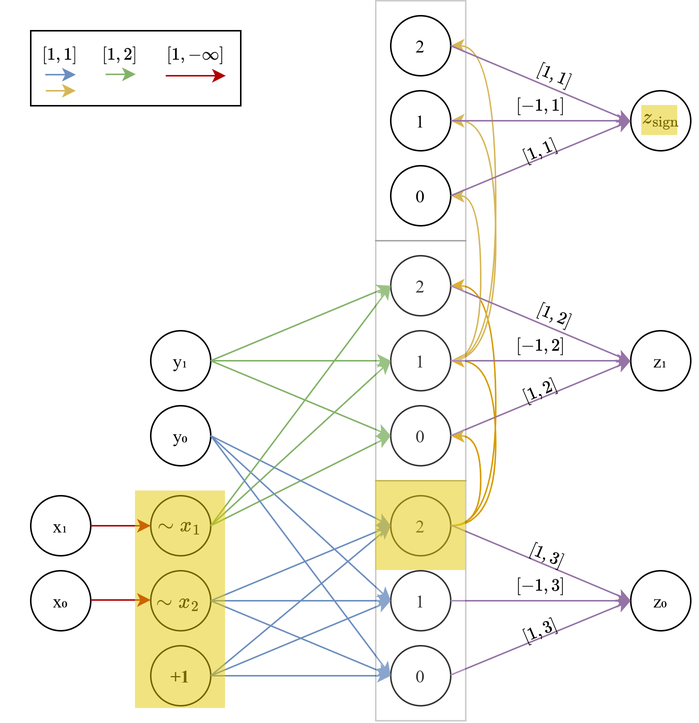
Earlier version of the draw.io export tutorials/img/twos_complement_subtraction_images/subtraction_diagram.png (ORNL/superneuromat). Source tidied: cells renumbered, new cells last; positions are measured from the earlier drawing's top-left corner, leaving out a move shared by most shapes.
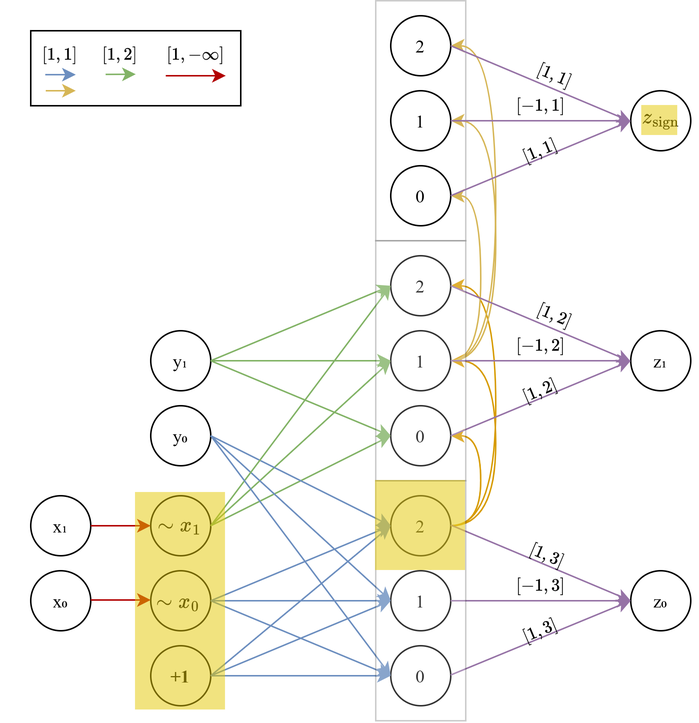
Later version of the same file.

What changed in the source:
```diff
@@ -286,7 +286,7 @@
     <mxCell id="68" value="$$\sim x_1$$" style="text;html=1;whiteSpace=wrap;strokeColor=none;fillColor=none;align=center;verticalAlign=middle;rounded=0;fontStyle=0;" parent="1" vertex="1">
       <mxGeometry x="90" y="325" width="60" height="50" as="geometry" />
     </mxCell>
-    <mxCell id="69" value="&lt;span style=&quot;color: rgb(0, 0, 0); font-family: Helvetica; font-size: 12px; font-style: normal; font-variant-ligatures: normal; font-variant-caps: normal; letter-spacing: normal; orphans: 2; text-align: center; text-indent: 0px; text-transform: none; widows: 2; word-spacing: 0px; -webkit-text-stroke-width: 0px; white-space: normal; background-color: rgb(236, 236, 236); text-decoration-thickness: initial; text-decoration-style: initial; text-decoration-color: initial; float: none; display: inline !important;&quot;&gt;&lt;b&gt;$$\sim x_2$$&lt;/b&gt;&lt;/span&gt;" style="text;whiteSpace=wrap;html=1;fontStyle=0;" parent="1" vertex="1">
+    <mxCell id="69" value="&lt;span style=&quot;color: rgb(0, 0, 0); font-family: Helvetica; font-size: 12px; font-style: normal; font-variant-ligatures: normal; font-variant-caps: normal; letter-spacing: normal; orphans: 2; text-align: center; text-indent: 0px; text-transform: none; widows: 2; word-spacing: 0px; -webkit-text-stroke-width: 0px; white-space: normal; background-color: rgb(236, 236, 236); text-decoration-thickness: initial; text-decoration-style: initial; text-decoration-color: initial; float: none; display: inline !important;&quot;&gt;&lt;b&gt;$$\sim x_0$$&lt;/b&gt;&lt;/span&gt;" style="text;whiteSpace=wrap;html=1;fontStyle=0;" parent="1" vertex="1">
       <mxGeometry x="100" y="375" width="50" height="60" as="geometry" />
     </mxCell>
     <mxCell id="70" value="x₀" style="ellipse;whiteSpace=wrap;html=1;shapeInside=1;fontFamily=Times New Roman;" parent="1" vertex="1">
@@ -321,8 +321,8 @@
     <mxCell id="77" style="rounded=0;whiteSpace=wrap;html=1;opacity=50;opacityGroup=1;fillColor=#e3c800;strokeColor=none;fontColor=#000000;" parent="1" vertex="1">
       <mxGeometry x="250" y="320" width="60" height="60" as="geometry" />
     </mxCell>
-    <mxCell id="78" style="rounded=0;whiteSpace=wrap;html=1;opacity=50;opacityGroup=1;fillColor=#e3c800;strokeColor=none;fontColor=#000000;" parent="1" vertex="1">
-      <mxGeometry x="90" y="327" width="60" height="145" as="geometry" />
-    </mxCell>
+    <mxCell id="79" style="rounded=0;whiteSpace=wrap;html=1;opacity=50;opacityGroup=1;fillColor=#e3c800;strokeColor=none;fontColor=#000000;" parent="1" vertex="1">
+      <mxGeometry x="90" y="328" width="60" height="145" as="geometry" />
+    </mxCell>
   </root>
 </mxGraphModel>
```
